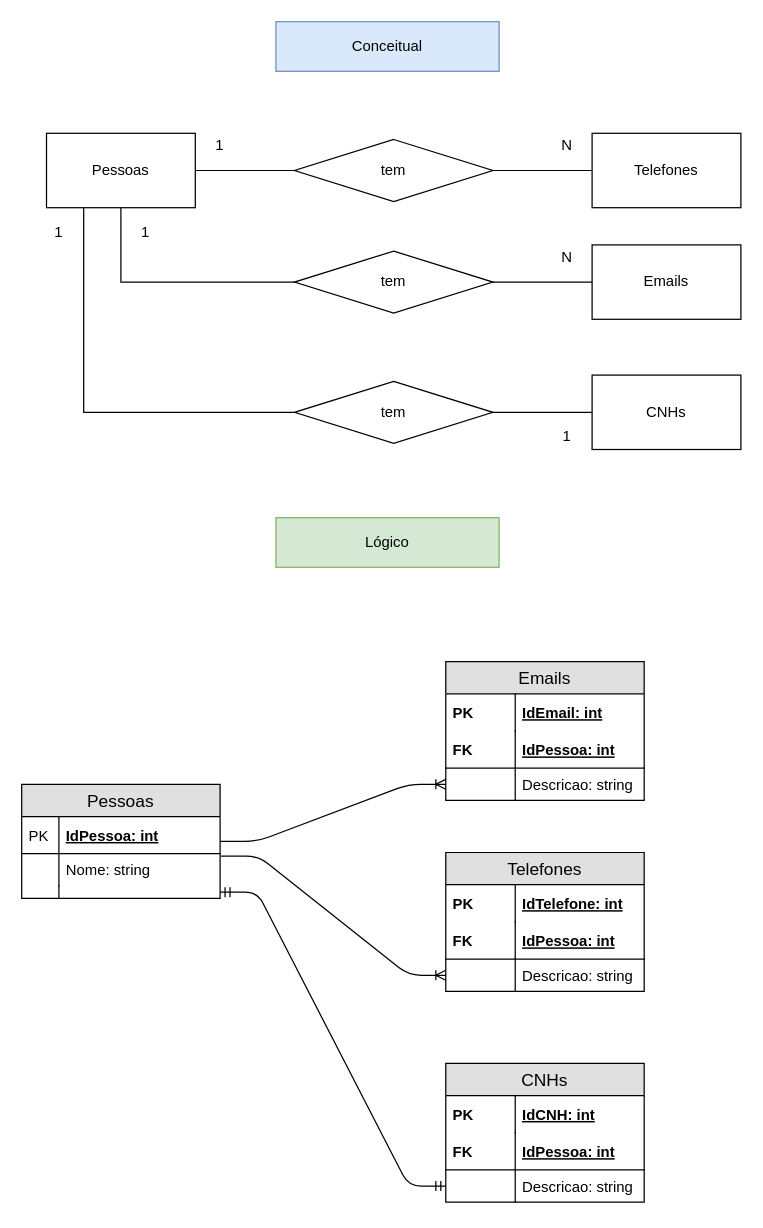
The draw.io diagram page "Conceitual" (1 of 2) of exercicios/1.1.exercicios-pessoas/modelagem-pessoas.drawio in senai-dev-1s2020/sprint1-banco-de-dados, before the edit. Source tidied: cells renumbered, new cells numbered last; positions are measured from the earlier drawing's top-left corner, leaving out a move shared by most shapes. Both pictures are drawn from the tidied source at 124%, with x=0, y=0 at pixel (21, 21).
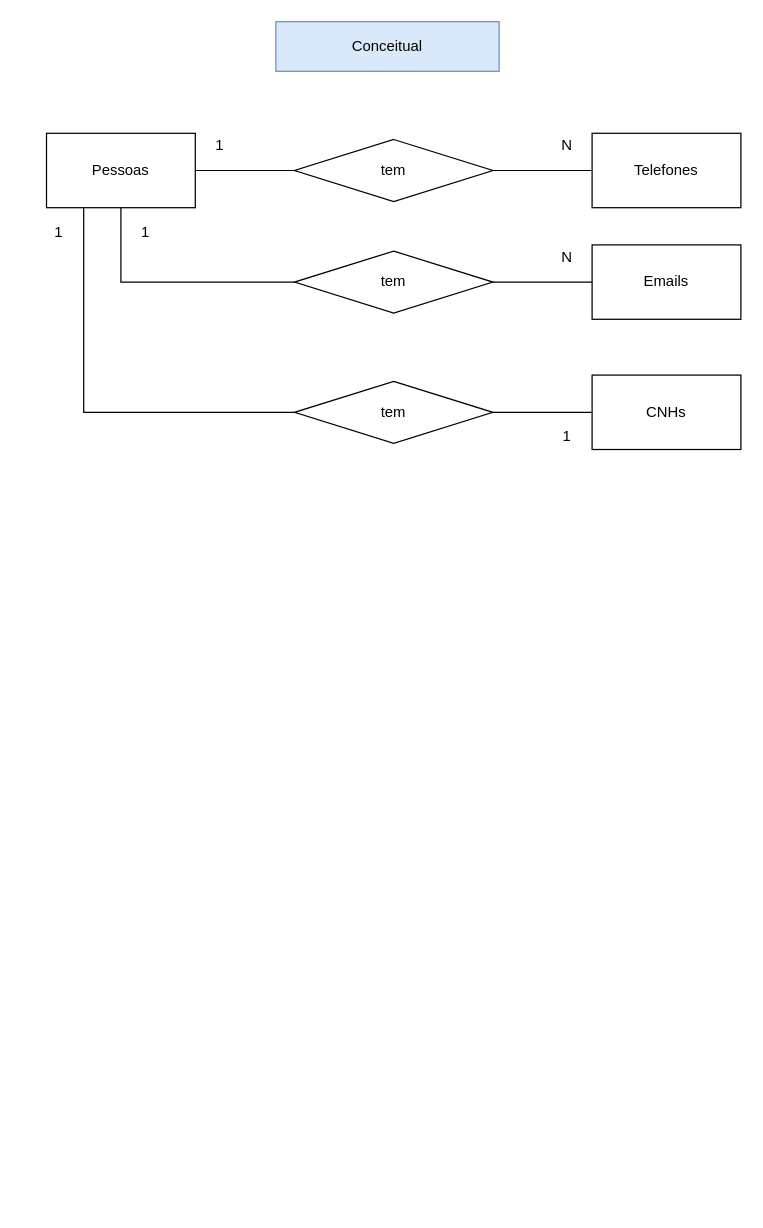
The same diagram, later.

Commit message (it also covers changes not shown here):
Adiciona resolucao do exercicio pessoas

Change to the diagram source:
```diff
@@
-    <mxCell id="22" value="Lógico" style="rounded=0;whiteSpace=wrap;html=1;fillColor=#d5e8d4;strokeColor=#82b366;" parent="1" vertex="1">
-      <mxGeometry x="205" y="400" width="180" height="40" as="geometry" />
-    </mxCell>
-    <mxCell id="23" value="Pessoas" style="swimlane;fontStyle=0;horizontal=1;startSize=26;fillColor=#e0e0e0;swimlaneFillColor=#ffffff;align=center;fontSize=14;" parent="1" vertex="1">
-      <mxGeometry y="615" width="160" height="92" as="geometry" />
-    </mxCell>
-    <mxCell id="24" value="IdPessoa: int" style="shape=partialRectangle;top=0;left=0;right=0;bottom=1;align=left;verticalAlign=middle;fillColor=none;spacingLeft=34;spacingRight=4;overflow=hidden;fontStyle=5;fontSize=12;" parent="23" vertex="1">
-      <mxGeometry y="26" width="160" height="30" as="geometry" />
-    </mxCell>
-    <mxCell id="25" value="PK" style="shape=partialRectangle;top=0;left=0;bottom=0;fillColor=none;align=left;verticalAlign=middle;spacingLeft=4;spacingRight=4;overflow=hidden;fontSize=12;" parent="24" vertex="1">
-      <mxGeometry width="30" height="30" as="geometry" />
-    </mxCell>
-    <mxCell id="26" value="Nome: string" style="shape=partialRectangle;top=0;left=0;right=0;bottom=0;align=left;verticalAlign=top;fillColor=none;spacingLeft=34;spacingRight=4;overflow=hidden;points=[[0,0.5],[1,0.5]];portConstraint=eastwest;fontSize=12;" parent="23" vertex="1">
-      <mxGeometry y="56" width="160" height="26" as="geometry" />
-    </mxCell>
-    <mxCell id="27" style="shape=partialRectangle;top=0;left=0;bottom=0;fillColor=none;align=left;verticalAlign=top;spacingLeft=4;spacingRight=4;overflow=hidden;fontSize=12;" parent="26" vertex="1">
-      <mxGeometry width="30" height="26" as="geometry" />
-    </mxCell>
-    <mxCell id="28" style="shape=partialRectangle;top=0;left=0;right=0;bottom=0;align=left;verticalAlign=top;fillColor=none;spacingLeft=34;spacingRight=4;overflow=hidden;points=[[0,0.5],[1,0.5]];portConstraint=eastwest;fontSize=12;" parent="23" vertex="1">
-      <mxGeometry y="82" width="160" height="10" as="geometry" />
-    </mxCell>
-    <mxCell id="29" style="shape=partialRectangle;top=0;left=0;bottom=0;fillColor=none;align=left;verticalAlign=top;spacingLeft=4;spacingRight=4;overflow=hidden;fontSize=12;" parent="28" vertex="1">
-      <mxGeometry width="30" height="10" as="geometry" />
-    </mxCell>
-    <mxCell id="30" value="Emails" style="swimlane;fontStyle=0;horizontal=1;startSize=26;fillColor=#e0e0e0;swimlaneFillColor=#ffffff;align=center;fontSize=14;" parent="1" vertex="1">
-      <mxGeometry x="342" y="516" width="160" height="112" as="geometry" />
-    </mxCell>
-    <mxCell id="31" value="IdEmail: int" style="shape=partialRectangle;top=0;left=0;right=0;bottom=0;align=left;verticalAlign=middle;fillColor=none;spacingLeft=60;spacingRight=4;overflow=hidden;fontStyle=5;fontSize=12;" parent="30" vertex="1">
-      <mxGeometry y="26" width="160" height="30" as="geometry" />
-    </mxCell>
-    <mxCell id="32" value="PK" style="shape=partialRectangle;fontStyle=1;top=0;left=0;bottom=0;fillColor=none;align=left;verticalAlign=middle;spacingLeft=4;spacingRight=4;overflow=hidden;fontSize=12;" parent="31" vertex="1">
-      <mxGeometry width="56" height="30" as="geometry" />
-    </mxCell>
-    <mxCell id="33" value="IdPessoa: int" style="shape=partialRectangle;top=0;left=0;right=0;bottom=1;align=left;verticalAlign=middle;fillColor=none;spacingLeft=60;spacingRight=4;overflow=hidden;fontStyle=5;fontSize=12;" parent="30" vertex="1">
-      <mxGeometry y="56" width="160" height="30" as="geometry" />
-    </mxCell>
-    <mxCell id="34" value="FK" style="shape=partialRectangle;fontStyle=1;top=0;left=0;bottom=0;fillColor=none;align=left;verticalAlign=middle;spacingLeft=4;spacingRight=4;overflow=hidden;fontSize=12;" parent="33" vertex="1">
-      <mxGeometry width="56" height="30" as="geometry" />
-    </mxCell>
-    <mxCell id="35" value="Descricao: string" style="shape=partialRectangle;top=0;left=0;right=0;bottom=0;align=left;verticalAlign=top;fillColor=none;spacingLeft=60;spacingRight=4;overflow=hidden;points=[[0,0.5],[1,0.5]];portConstraint=eastwest;fontSize=12;" parent="30" vertex="1">
-      <mxGeometry y="86" width="160" height="26" as="geometry" />
-    </mxCell>
-    <mxCell id="36" style="shape=partialRectangle;top=0;left=0;bottom=0;fillColor=none;align=left;verticalAlign=top;spacingLeft=4;spacingRight=4;overflow=hidden;fontSize=12;" parent="35" vertex="1">
-      <mxGeometry width="56" height="26" as="geometry" />
-    </mxCell>
-    <mxCell id="37" value="Telefones" style="swimlane;fontStyle=0;horizontal=1;startSize=26;fillColor=#e0e0e0;swimlaneFillColor=#ffffff;align=center;fontSize=14;" parent="1" vertex="1">
-      <mxGeometry x="342" y="670" width="160" height="112" as="geometry" />
-    </mxCell>
-    <mxCell id="38" value="IdTelefone: int" style="shape=partialRectangle;top=0;left=0;right=0;bottom=0;align=left;verticalAlign=middle;fillColor=none;spacingLeft=60;spacingRight=4;overflow=hidden;fontStyle=5;fontSize=12;" parent="37" vertex="1">
-      <mxGeometry y="26" width="160" height="30" as="geometry" />
-    </mxCell>
-    <mxCell id="39" value="PK" style="shape=partialRectangle;fontStyle=1;top=0;left=0;bottom=0;fillColor=none;align=left;verticalAlign=middle;spacingLeft=4;spacingRight=4;overflow=hidden;fontSize=12;" parent="38" vertex="1">
-      <mxGeometry width="56" height="30" as="geometry" />
-    </mxCell>
-    <mxCell id="40" value="IdPessoa: int" style="shape=partialRectangle;top=0;left=0;right=0;bottom=1;align=left;verticalAlign=middle;fillColor=none;spacingLeft=60;spacingRight=4;overflow=hidden;fontStyle=5;fontSize=12;" parent="37" vertex="1">
-      <mxGeometry y="56" width="160" height="30" as="geometry" />
-    </mxCell>
-    <mxCell id="41" value="FK" style="shape=partialRectangle;fontStyle=1;top=0;left=0;bottom=0;fillColor=none;align=left;verticalAlign=middle;spacingLeft=4;spacingRight=4;overflow=hidden;fontSize=12;" parent="40" vertex="1">
-      <mxGeometry width="56" height="30" as="geometry" />
-    </mxCell>
-    <mxCell id="42" value="Descricao: string" style="shape=partialRectangle;top=0;left=0;right=0;bottom=0;align=left;verticalAlign=top;fillColor=none;spacingLeft=60;spacingRight=4;overflow=hidden;points=[[0,0.5],[1,0.5]];portConstraint=eastwest;fontSize=12;" parent="37" vertex="1">
-      <mxGeometry y="86" width="160" height="26" as="geometry" />
-    </mxCell>
-    <mxCell id="43" style="shape=partialRectangle;top=0;left=0;bottom=0;fillColor=none;align=left;verticalAlign=top;spacingLeft=4;spacingRight=4;overflow=hidden;fontSize=12;" parent="42" vertex="1">
-      <mxGeometry width="56" height="26" as="geometry" />
-    </mxCell>
-    <mxCell id="44" value="CNHs" style="swimlane;fontStyle=0;horizontal=1;startSize=26;fillColor=#e0e0e0;swimlaneFillColor=#ffffff;align=center;fontSize=14;" parent="1" vertex="1">
-      <mxGeometry x="342" y="840" width="160" height="112" as="geometry" />
-    </mxCell>
-    <mxCell id="45" value="IdCNH: int" style="shape=partialRectangle;top=0;left=0;right=0;bottom=0;align=left;verticalAlign=middle;fillColor=none;spacingLeft=60;spacingRight=4;overflow=hidden;fontStyle=5;fontSize=12;" parent="44" vertex="1">
-      <mxGeometry y="26" width="160" height="30" as="geometry" />
-    </mxCell>
-    <mxCell id="46" value="PK" style="shape=partialRectangle;fontStyle=1;top=0;left=0;bottom=0;fillColor=none;align=left;verticalAlign=middle;spacingLeft=4;spacingRight=4;overflow=hidden;fontSize=12;" parent="45" vertex="1">
-      <mxGeometry width="56" height="30" as="geometry" />
-    </mxCell>
-    <mxCell id="47" value="IdPessoa: int" style="shape=partialRectangle;top=0;left=0;right=0;bottom=1;align=left;verticalAlign=middle;fillColor=none;spacingLeft=60;spacingRight=4;overflow=hidden;fontStyle=5;fontSize=12;" parent="44" vertex="1">
-      <mxGeometry y="56" width="160" height="30" as="geometry" />
-    </mxCell>
-    <mxCell id="48" value="FK" style="shape=partialRectangle;fontStyle=1;top=0;left=0;bottom=0;fillColor=none;align=left;verticalAlign=middle;spacingLeft=4;spacingRight=4;overflow=hidden;fontSize=12;" parent="47" vertex="1">
-      <mxGeometry width="56" height="30" as="geometry" />
-    </mxCell>
-    <mxCell id="49" value="Descricao: string" style="shape=partialRectangle;top=0;left=0;right=0;bottom=0;align=left;verticalAlign=top;fillColor=none;spacingLeft=60;spacingRight=4;overflow=hidden;points=[[0,0.5],[1,0.5]];portConstraint=eastwest;fontSize=12;" parent="44" vertex="1">
-      <mxGeometry y="86" width="160" height="26" as="geometry" />
-    </mxCell>
-    <mxCell id="50" style="shape=partialRectangle;top=0;left=0;bottom=0;fillColor=none;align=left;verticalAlign=top;spacingLeft=4;spacingRight=4;overflow=hidden;fontSize=12;" parent="49" vertex="1">
-      <mxGeometry width="56" height="26" as="geometry" />
-    </mxCell>
-    <mxCell id="51" style="edgeStyle=entityRelationEdgeStyle;fontSize=12;html=1;endArrow=ERmandOne;startArrow=ERmandOne;exitX=1;exitY=0.5;exitDx=0;exitDy=0;entryX=0;entryY=0.5;entryDx=0;entryDy=0;" parent="1" edge="1" source="28" target="49">
-      <mxGeometry relative="1" as="geometry" />
-    </mxCell>
-    <mxCell id="52" style="edgeStyle=entityRelationEdgeStyle;fontSize=12;html=1;endArrow=ERoneToMany;entryX=0;entryY=0.5;entryDx=0;entryDy=0;" parent="1" edge="1" source="23" target="35">
-      <mxGeometry relative="1" as="geometry" />
-    </mxCell>
-    <mxCell id="53" style="edgeStyle=entityRelationEdgeStyle;fontSize=12;html=1;endArrow=ERoneToMany;exitX=1.005;exitY=0.073;exitDx=0;exitDy=0;exitPerimeter=0;entryX=0;entryY=0.5;entryDx=0;entryDy=0;" parent="1" edge="1" source="26" target="42">
-      <mxGeometry relative="1" as="geometry" />
-    </mxCell>
```
